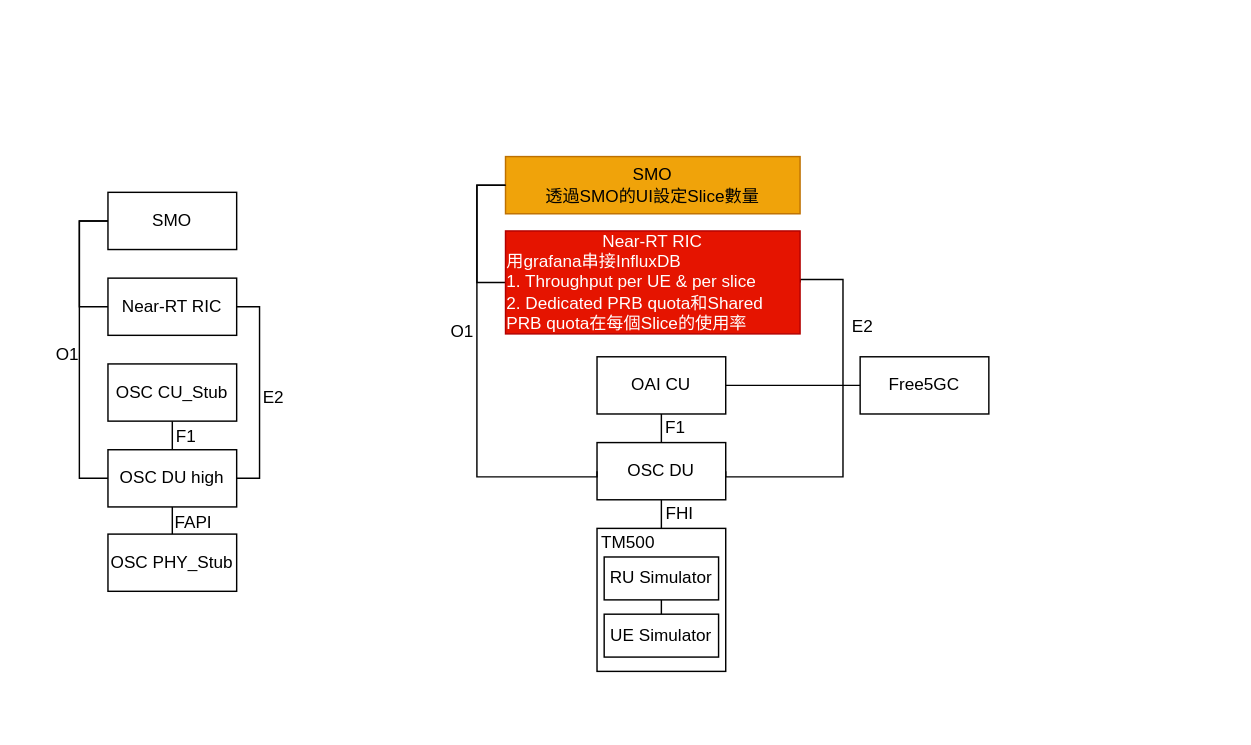
The draw.io diagram page "Demo" (6 of 6) of O-RAN System Architectures.drawio in bmw-ece-ntust/diagrams, before the edit. Source tidied: cells renumbered, new cells numbered last; positions are measured from the earlier drawing's top-left corner, leaving out a move shared by most shapes. Both pictures are drawn from the tidied source at 143%, with x=0, y=0 at pixel (24, 156).
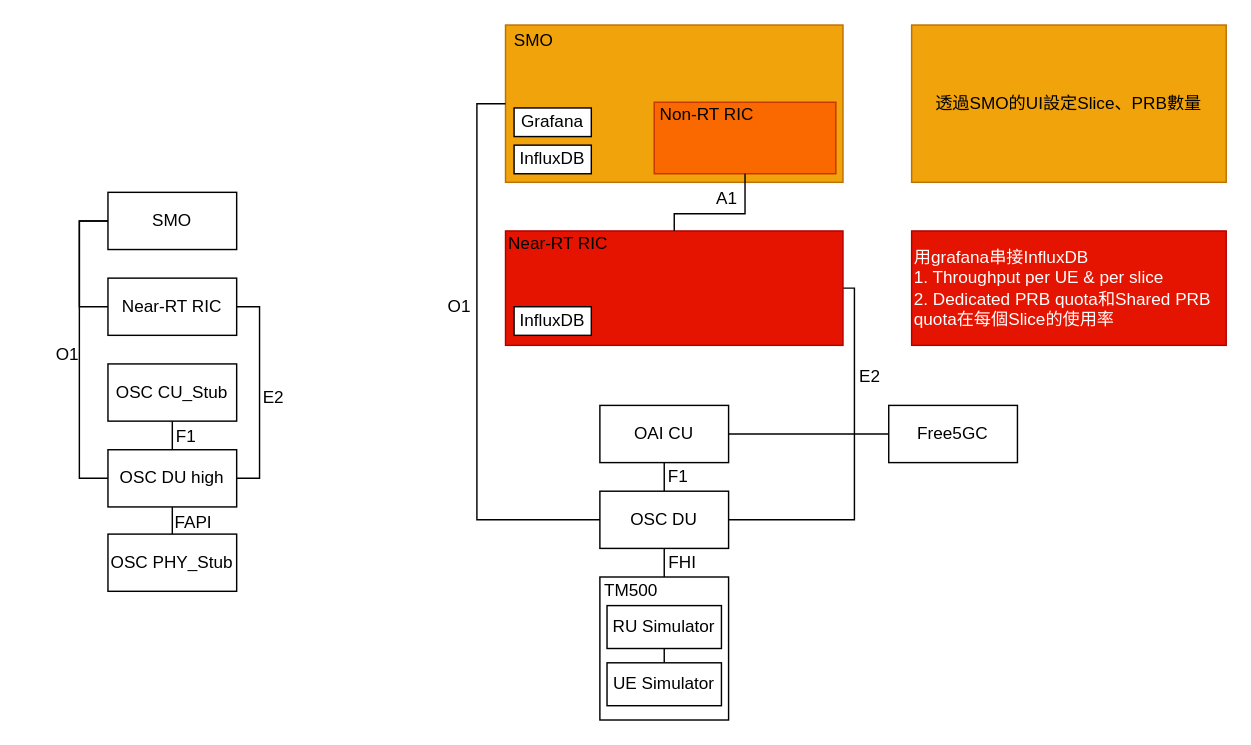
The same page after the edit.

Diff of the diagram source:
```diff
@@
     <mxCell id="2" style="rounded=0;whiteSpace=wrap;html=1;" parent="1" vertex="1">
-      <mxGeometry x="400" y="260" width="90" height="100" as="geometry" />
+      <mxGeometry x="402" y="294" width="90" height="100" as="geometry" />
     </mxCell>
-    <mxCell id="3" value="SMO&lt;br&gt;&lt;div style=&quot;&quot;&gt;&lt;span style=&quot;background-color: initial;&quot;&gt;透過SMO的UI設定Slice數量&lt;/span&gt;&lt;/div&gt;" style="rounded=0;whiteSpace=wrap;html=1;fillColor=#f0a30a;fontColor=#000000;strokeColor=#BD7000;align=center;" parent="1" vertex="1">
-      <mxGeometry x="336" width="206" height="40" as="geometry" />
+    <mxCell id="3" style="rounded=0;whiteSpace=wrap;html=1;fillColor=#f0a30a;fontColor=#000000;strokeColor=#BD7000;align=left;" parent="1" vertex="1">
+      <mxGeometry x="336" y="-92" width="236" height="110" as="geometry" />
     </mxCell>
     <mxCell id="4" style="edgeStyle=orthogonalEdgeStyle;rounded=0;jettySize=auto;html=1;entryX=1;entryY=0.5;entryDx=0;entryDy=0;endArrow=none;endFill=0;exitX=1;exitY=0.5;exitDx=0;exitDy=0;" parent="1" edge="1" source="6" target="11">
       <mxGeometry relative="1" as="geometry">
         <Array as="points">
-          <mxPoint x="542" y="86" />
-          <mxPoint x="572" y="86" />
-          <mxPoint x="572" y="224" />
+          <mxPoint x="580" y="92" />
+          <mxPoint x="580" y="254" />
         </Array>
       </mxGeometry>
     </mxCell>
-    <mxCell id="5" style="edgeStyle=orthogonalEdgeStyle;rounded=0;jettySize=auto;html=1;exitX=0;exitY=0.5;exitDx=0;exitDy=0;entryX=0;entryY=0.5;entryDx=0;entryDy=0;endArrow=none;endFill=0;" parent="1" edge="1" source="6" target="3">
-      <mxGeometry relative="1" as="geometry" />
-    </mxCell>
-    <mxCell id="6" value="&lt;div style=&quot;border-color: var(--border-color);&quot;&gt;Near-RT RIC&lt;/div&gt;&lt;div style=&quot;text-align: left; border-color: var(--border-color);&quot;&gt;用grafana串接InfluxDB&lt;/div&gt;&lt;div style=&quot;border-color: var(--border-color); text-align: left;&quot;&gt;&lt;span style=&quot;border-color: var(--border-color); background-color: initial;&quot;&gt;1. Throughput per UE &amp;amp; per slice&lt;/span&gt;&lt;/div&gt;&lt;div style=&quot;border-color: var(--border-color); text-align: left;&quot;&gt;&lt;span style=&quot;border-color: var(--border-color); background-color: initial;&quot;&gt;2. D&lt;/span&gt;&lt;span style=&quot;border-color: var(--border-color); background-color: initial;&quot;&gt;edicated PRB quota和Shared PRB quota在每個Slice的使用率&lt;/span&gt;&lt;/div&gt;" style="rounded=0;whiteSpace=wrap;html=1;fillColor=#e51400;fontColor=#ffffff;strokeColor=#B20000;" parent="1" vertex="1">
-      <mxGeometry x="336" y="52" width="206" height="72" as="geometry" />
+    <mxCell id="6" value="&lt;div style=&quot;border-color: var(--border-color);&quot;&gt;&lt;br&gt;&lt;/div&gt;" style="rounded=0;whiteSpace=wrap;html=1;fillColor=#e51400;fontColor=#ffffff;strokeColor=#B20000;" parent="1" vertex="1">
+      <mxGeometry x="336" y="52" width="236" height="80" as="geometry" />
     </mxCell>
@@
     <mxCell id="9" value="OAI CU" style="rounded=0;whiteSpace=wrap;html=1;" parent="1" vertex="1">
-      <mxGeometry x="400" y="140" width="90" height="40" as="geometry" />
+      <mxGeometry x="402" y="174" width="90" height="40" as="geometry" />
     </mxCell>
     <mxCell id="10" style="edgeStyle=orthogonalEdgeStyle;rounded=0;jettySize=auto;html=1;exitX=0.5;exitY=1;exitDx=0;exitDy=0;endArrow=none;endFill=0;entryX=0.5;entryY=0;entryDx=0;entryDy=0;" parent="1" edge="1" source="11" target="2">
       <mxGeometry relative="1" as="geometry">
         <Array as="points">
-          <mxPoint x="445" y="250" />
-          <mxPoint x="445" y="250" />
+          <mxPoint x="447" y="284" />
+          <mxPoint x="447" y="284" />
         </Array>
       </mxGeometry>
     </mxCell>
     <mxCell id="11" value="OSC DU" style="rounded=0;whiteSpace=wrap;html=1;" parent="1" vertex="1">
-      <mxGeometry x="400" y="200" width="90" height="40" as="geometry" />
+      <mxGeometry x="402" y="234" width="90" height="40" as="geometry" />
     </mxCell>
     <mxCell id="12" value="Free5GC" style="rounded=0;whiteSpace=wrap;html=1;" parent="1" vertex="1">
-      <mxGeometry x="584" y="140" width="90" height="40" as="geometry" />
+      <mxGeometry x="604" y="174" width="90" height="40" as="geometry" />
     </mxCell>
@@
     <mxCell id="14" value="RU Simulator" style="rounded=0;whiteSpace=wrap;html=1;" parent="1" vertex="1">
-      <mxGeometry x="405" y="280" width="80" height="30" as="geometry" />
+      <mxGeometry x="407" y="314" width="80" height="30" as="geometry" />
     </mxCell>
     <mxCell id="15" value="UE Simulator" style="rounded=0;whiteSpace=wrap;html=1;" parent="1" vertex="1">
-      <mxGeometry x="405" y="320" width="80" height="30" as="geometry" />
+      <mxGeometry x="407" y="354" width="80" height="30" as="geometry" />
     </mxCell>
     <mxCell id="16" value="TM500" style="text;html=1;strokeColor=none;fillColor=none;align=center;verticalAlign=middle;whiteSpace=wrap;rounded=0;" parent="1" vertex="1">
-      <mxGeometry x="392" y="255" width="60" height="30" as="geometry" />
+      <mxGeometry x="394" y="289" width="60" height="30" as="geometry" />
     </mxCell>
     <mxCell id="17" value="F1" style="text;html=1;strokeColor=none;fillColor=none;align=center;verticalAlign=middle;whiteSpace=wrap;rounded=0;" parent="1" vertex="1">
-      <mxGeometry x="425" y="175" width="60" height="30" as="geometry" />
+      <mxGeometry x="427" y="209" width="60" height="30" as="geometry" />
     </mxCell>
     <mxCell id="18" value="FHI" style="text;html=1;strokeColor=none;fillColor=none;align=center;verticalAlign=middle;whiteSpace=wrap;rounded=0;" parent="1" vertex="1">
-      <mxGeometry x="428" y="235" width="60" height="30" as="geometry" />
+      <mxGeometry x="430" y="269" width="60" height="30" as="geometry" />
     </mxCell>
@@
     <mxCell id="31" value="E2" style="text;html=1;strokeColor=none;fillColor=none;align=center;verticalAlign=middle;whiteSpace=wrap;rounded=0;" parent="1" vertex="1">
-      <mxGeometry x="556" y="104" width="60" height="30" as="geometry" />
+      <mxGeometry x="576" y="145" width="30" height="18" as="geometry" />
     </mxCell>
@@
     <mxCell id="34" style="edgeStyle=orthogonalEdgeStyle;rounded=0;jettySize=auto;html=1;exitX=0;exitY=0.5;exitDx=0;exitDy=0;entryX=0;entryY=0.5;entryDx=0;entryDy=0;endArrow=none;endFill=0;" parent="1" edge="1" source="11" target="3">
       <mxGeometry relative="1" as="geometry">
         <Array as="points">
-          <mxPoint x="400" y="224" />
-          <mxPoint x="316" y="224" />
-          <mxPoint x="316" y="20" />
+          <mxPoint x="316" y="254" />
+          <mxPoint x="316" y="-37" />
         </Array>
       </mxGeometry>
     </mxCell>
     <mxCell id="35" value="O1" style="text;html=1;strokeColor=none;fillColor=none;align=center;verticalAlign=middle;whiteSpace=wrap;rounded=0;" parent="1" vertex="1">
-      <mxGeometry x="276" y="108" width="60" height="30" as="geometry" />
+      <mxGeometry x="294" y="98" width="20" height="14" as="geometry" />
     </mxCell>
+    <mxCell id="36" value="A1" style="text;html=1;strokeColor=none;fillColor=none;align=center;verticalAlign=middle;whiteSpace=wrap;rounded=0;" parent="1" vertex="1">
+      <mxGeometry x="478" y="24" width="26" height="12" as="geometry" />
+    </mxCell>
+    <mxCell id="37" value="透過SMO的UI設定Slice、PRB數量" style="rounded=0;whiteSpace=wrap;html=1;fillColor=#f0a30a;fontColor=#000000;strokeColor=#BD7000;" parent="1" vertex="1">
+      <mxGeometry x="620" y="-92" width="220" height="110" as="geometry" />
+    </mxCell>
+    <mxCell id="38" value="SMO" style="text;html=1;strokeColor=none;fillColor=none;align=center;verticalAlign=middle;whiteSpace=wrap;rounded=0;" parent="1" vertex="1">
+      <mxGeometry x="338" y="-90" width="36" height="18" as="geometry" />
+    </mxCell>
+    <mxCell id="39" value="Near-RT RIC" style="text;html=1;strokeColor=none;fillColor=none;align=center;verticalAlign=middle;whiteSpace=wrap;rounded=0;" parent="1" vertex="1">
+      <mxGeometry x="332" y="46" width="82" height="30" as="geometry" />
+    </mxCell>
+    <mxCell id="40" value="&lt;div style=&quot;border-color: var(--border-color);&quot;&gt;用grafana串接InfluxDB&lt;br style=&quot;border-color: var(--border-color);&quot;&gt;&lt;/div&gt;&lt;div style=&quot;border-color: var(--border-color);&quot;&gt;&lt;span style=&quot;border-color: var(--border-color); background-color: initial;&quot;&gt;1. Throughput per UE &amp;amp; per slice&lt;/span&gt;&lt;/div&gt;&lt;div style=&quot;border-color: var(--border-color);&quot;&gt;&lt;span style=&quot;border-color: var(--border-color); background-color: initial;&quot;&gt;2. D&lt;/span&gt;&lt;span style=&quot;border-color: var(--border-color); background-color: initial;&quot;&gt;edicated PRB quota和Shared PRB quota在每個Slice的使用率&lt;/span&gt;&lt;/div&gt;" style="rounded=0;whiteSpace=wrap;html=1;align=left;fillColor=#e51400;fontColor=#ffffff;strokeColor=#B20000;" parent="1" vertex="1">
+      <mxGeometry x="620" y="52" width="220" height="80" as="geometry" />
+    </mxCell>
+    <mxCell id="41" value="&lt;div style=&quot;border-color: var(--border-color);&quot;&gt;&lt;br&gt;&lt;/div&gt;" style="rounded=0;whiteSpace=wrap;html=1;fillColor=#fa6800;fontColor=#000000;strokeColor=#C73500;" parent="1" vertex="1">
+      <mxGeometry x="440" y="-38" width="127" height="50" as="geometry" />
+    </mxCell>
+    <mxCell id="42" value="Non-RT RIC" style="text;html=1;strokeColor=none;fillColor=none;align=center;verticalAlign=middle;whiteSpace=wrap;rounded=0;" parent="1" vertex="1">
+      <mxGeometry x="436" y="-44" width="82" height="30" as="geometry" />
+    </mxCell>
+    <mxCell id="43" style="edgeStyle=orthogonalEdgeStyle;rounded=0;jettySize=auto;html=1;endArrow=none;endFill=0;exitX=0.5;exitY=1;exitDx=0;exitDy=0;" parent="1" edge="1" source="41" target="6">
+      <mxGeometry relative="1" as="geometry">
+        <Array as="points">
+          <mxPoint x="504" y="40" />
+          <mxPoint x="454" y="40" />
+        </Array>
+      </mxGeometry>
+    </mxCell>
+    <mxCell id="44" value="InfluxDB" style="rounded=0;whiteSpace=wrap;html=1;" parent="1" vertex="1">
+      <mxGeometry x="342" y="105" width="54" height="20" as="geometry" />
+    </mxCell>
+    <mxCell id="45" value="InfluxDB" style="rounded=0;whiteSpace=wrap;html=1;" parent="1" vertex="1">
+      <mxGeometry x="342" y="-8" width="54" height="20" as="geometry" />
+    </mxCell>
+    <mxCell id="46" value="Grafana" style="rounded=0;whiteSpace=wrap;html=1;" parent="1" vertex="1">
+      <mxGeometry x="342" y="-34" width="54" height="20" as="geometry" />
+    </mxCell>
```
